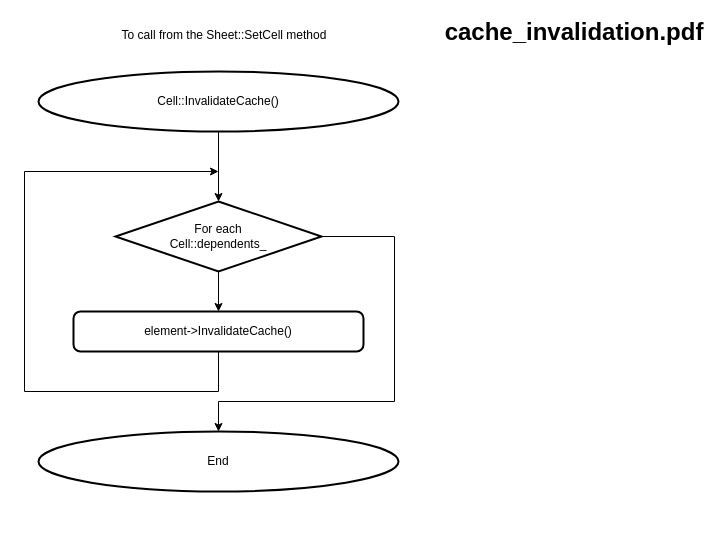
The draw.io diagram draw/cache_invalidation.drawio in Shu-ler/SpreadSheet, before the edit. Source tidied: cells renumbered, new cells numbered last; positions are measured from the earlier drawing's top-left corner, leaving out a move shared by most shapes. Both pictures are drawn from the tidied source at 100%, with x=0, y=0 at pixel (24, 17).
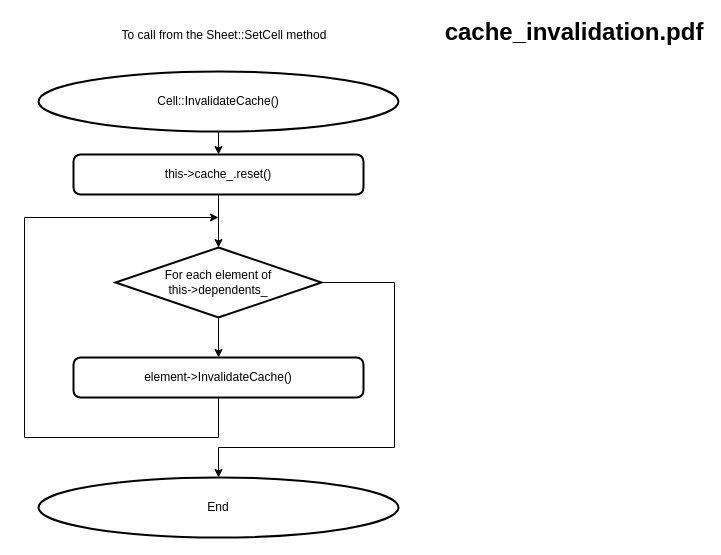
The same diagram, later.

Commit message (it also covers changes not shown here):
cache_invalidation доработан

What changed in the source:
```diff
@@
 <mxGraphModel>
   <root>
     <mxCell id="0" />
     <mxCell id="1" parent="0" />
-    <mxCell id="2" style="edgeStyle=orthogonalEdgeStyle;rounded=0;jettySize=auto;html=1;entryX=0.5;entryY=0;entryDx=0;entryDy=0;entryPerimeter=0;" parent="1" edge="1" source="3" target="9">
+    <mxCell id="2" style="edgeStyle=orthogonalEdgeStyle;rounded=0;jettySize=auto;html=1;entryX=0.5;entryY=0;entryDx=0;entryDy=0;" parent="1" edge="1" source="3" target="13">
       <mxGeometry relative="1" as="geometry" />
     </mxCell>
     <mxCell id="3" value="Cell::InvalidateCache()" style="strokeWidth=2;shape=mxgraph.flowchart.start_1;whiteSpace=wrap;fontColor=default;" parent="1" vertex="1">
       <mxGeometry x="14" y="54" width="360" height="60" as="geometry" />
     </mxCell>
     <mxCell id="4" value="End" style="strokeWidth=2;shape=mxgraph.flowchart.start_1;whiteSpace=wrap;fontColor=default;" parent="1" vertex="1">
-      <mxGeometry x="14" y="414" width="360" height="60" as="geometry" />
+      <mxGeometry x="14" y="460" width="360" height="60" as="geometry" />
     </mxCell>
     <mxCell id="5" style="edgeStyle=orthogonalEdgeStyle;rounded=0;jettySize=auto;html=1;entryX=0.5;entryY=0;entryDx=0;entryDy=0;exitX=0.5;exitY=1;exitDx=0;exitDy=0;exitPerimeter=0;" parent="1" edge="1" source="9" target="7">
       <mxGeometry relative="1" as="geometry" />
     </mxCell>
     <mxCell id="6" style="edgeStyle=orthogonalEdgeStyle;rounded=0;jettySize=auto;html=1;exitX=0.5;exitY=1;exitDx=0;exitDy=0;" parent="1" edge="1" source="7">
       <mxGeometry relative="1" as="geometry">
-        <mxPoint x="194" y="154" as="targetPoint" />
+        <mxPoint x="194" y="200" as="targetPoint" />
         <Array as="points">
-          <mxPoint x="194" y="374" />
-          <mxPoint y="374" />
-          <mxPoint y="154" />
+          <mxPoint x="194" y="420" />
+          <mxPoint y="420" />
+          <mxPoint y="200" />
         </Array>
       </mxGeometry>
     </mxCell>
     <mxCell id="7" value="element-&gt;InvalidateCache()" style="rounded=1;whiteSpace=wrap;absoluteArcSize=1;arcSize=14;strokeWidth=2;" parent="1" vertex="1">
-      <mxGeometry x="49" y="294" width="290" height="40" as="geometry" />
+      <mxGeometry x="49" y="340" width="290" height="40" as="geometry" />
     </mxCell>
     <mxCell id="8" style="edgeStyle=orthogonalEdgeStyle;rounded=0;jettySize=auto;html=1;entryX=0.5;entryY=0;entryDx=0;entryDy=0;entryPerimeter=0;" parent="1" edge="1" source="9" target="4">
       <mxGeometry relative="1" as="geometry">
         <Array as="points">
-          <mxPoint x="370" y="219" />
-          <mxPoint x="370" y="384" />
-          <mxPoint x="194" y="384" />
+          <mxPoint x="370" y="265" />
+          <mxPoint x="370" y="430" />
+          <mxPoint x="194" y="430" />
         </Array>
       </mxGeometry>
     </mxCell>
-    <mxCell id="9" value="For each&#10;Cell::dependents_" style="strokeWidth=2;shape=mxgraph.flowchart.decision;whiteSpace=wrap;" parent="1" vertex="1">
-      <mxGeometry x="91" y="184" width="206" height="70" as="geometry" />
+    <mxCell id="9" value="For each element of&#10;this-&gt;dependents_" style="strokeWidth=2;shape=mxgraph.flowchart.decision;whiteSpace=wrap;" parent="1" vertex="1">
+      <mxGeometry x="91" y="230" width="206" height="70" as="geometry" />
     </mxCell>
     <mxCell id="10" value="&lt;span style=&quot;font-size: 24px;&quot;&gt;&lt;b&gt;cache_invalidation.pdf&lt;/b&gt;&lt;/span&gt;" style="text;html=1;whiteSpace=wrap;strokeColor=none;fillColor=none;align=center;verticalAlign=middle;rounded=0;" parent="1" vertex="1">
       <mxGeometry x="520" width="60" height="30" as="geometry" />
     </mxCell>
     <mxCell id="11" value="&lt;span style=&quot;font-family: &amp;quot;YS Text&amp;quot;, sans-serif; text-align: left; white-space-collapse: preserve; background-color: rgb(255, 255, 255);&quot;&gt;To call from the Sheet::SetCell method&lt;/span&gt;&lt;div&gt;&lt;span style=&quot;font-family: &amp;quot;YS Text&amp;quot;, sans-serif; text-align: left; white-space-collapse: preserve; background-color: rgb(255, 255, 255);&quot;&gt;&lt;br&gt;&lt;/span&gt;&lt;/div&gt;" style="text;html=1;whiteSpace=wrap;strokeColor=none;fillColor=none;align=center;verticalAlign=middle;rounded=0;fontSize=12;" parent="1" vertex="1">
       <mxGeometry x="60" y="10" width="280" height="30" as="geometry" />
     </mxCell>
+    <mxCell id="12" style="edgeStyle=orthogonalEdgeStyle;rounded=0;jettySize=auto;html=1;" parent="1" edge="1" source="13" target="9">
+      <mxGeometry relative="1" as="geometry" />
+    </mxCell>
+    <mxCell id="13" value="this-&gt;cache_.reset()" style="rounded=1;whiteSpace=wrap;absoluteArcSize=1;arcSize=14;strokeWidth=2;" parent="1" vertex="1">
+      <mxGeometry x="49" y="137" width="290" height="40" as="geometry" />
+    </mxCell>
   </root>
 </mxGraphModel>
```
